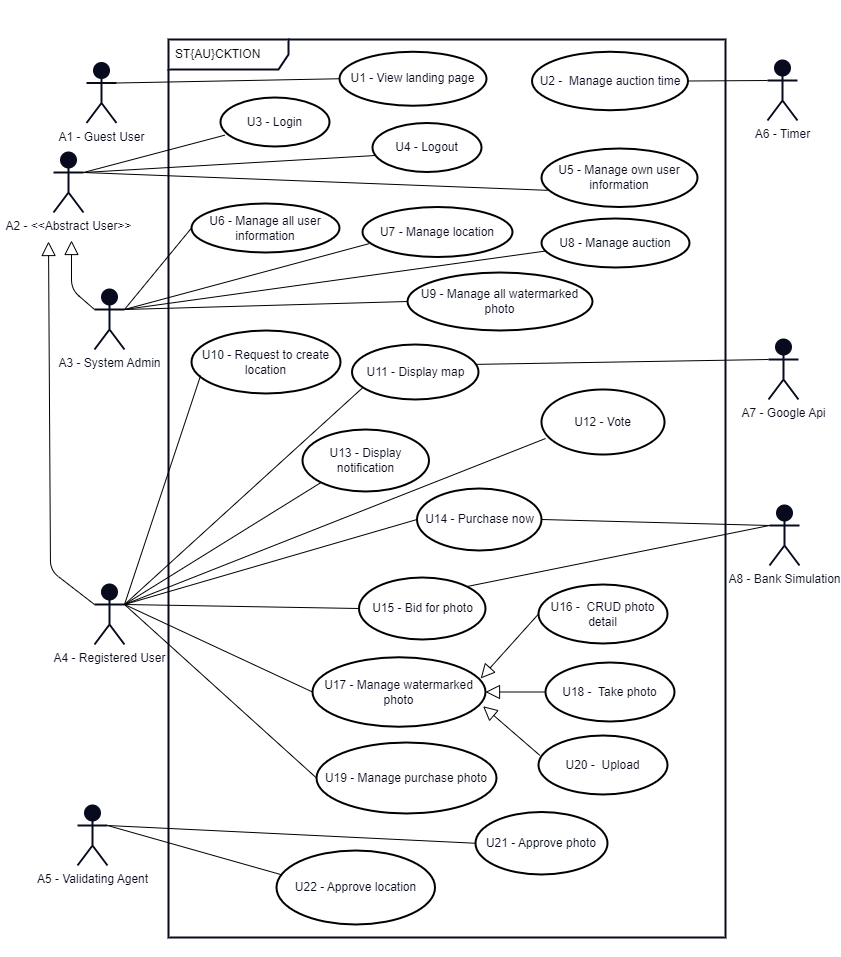
Earlier version of the draw.io export diagrams/use-case-diagram/staucktion/use-case-diagram.png (staucktion/docs). Source tidied: cells renumbered, new cells last; positions are measured from the earlier drawing's top-left corner, leaving out a move shared by most shapes.
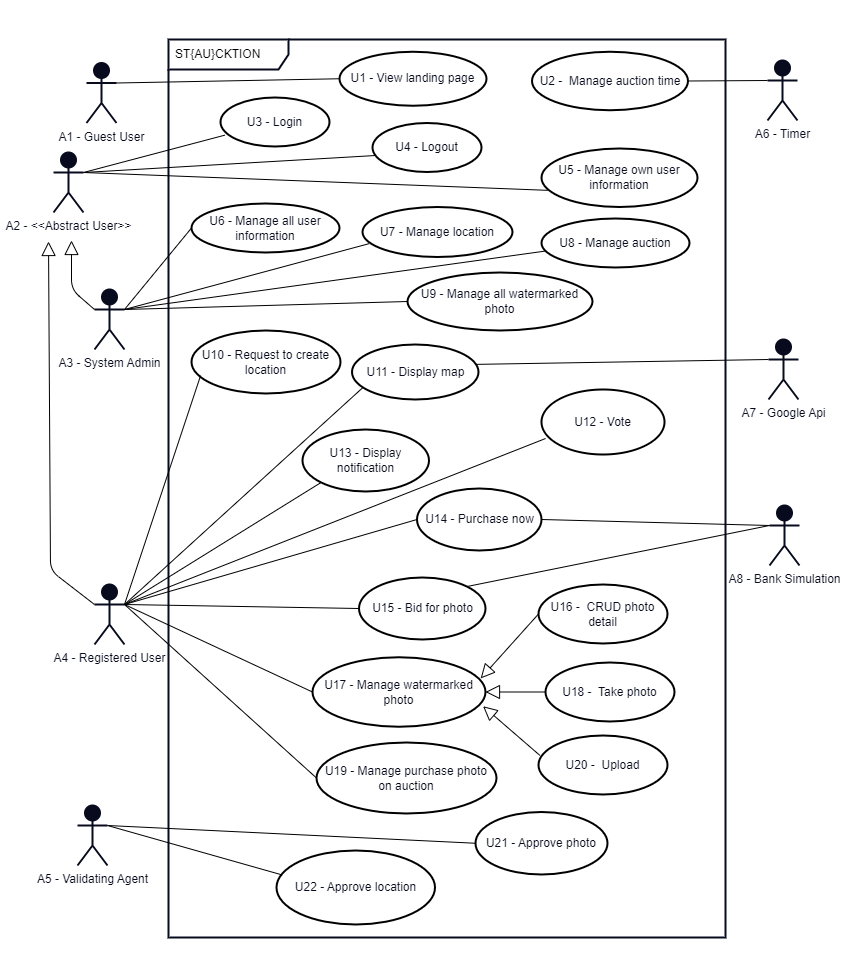
The same file after the commit.

Commit message:
update use case diagram

Change to the diagram source:
```diff
@@ -168,7 +168,7 @@
     <mxCell id="53" style="endArrow=none;html=1;strokeColor=#000000;exitX=0;exitY=0.5;exitDx=0;exitDy=0;entryX=1;entryY=0.3333333333333333;entryDx=0;entryDy=0;entryPerimeter=0;" parent="1" edge="1" source="54" target="34">
       <mxGeometry relative="1" as="geometry" />
     </mxCell>
-    <mxCell id="54" value="U19 - Manage purchase photo" style="ellipse;whiteSpace=wrap;html=1;strokeColor=#000000;strokeWidth=2;fontColor=#070B1D;fillColor=none;gradientColor=none;" parent="1" vertex="1">
+    <mxCell id="54" value="U19 - Manage purchase photo on auction" style="ellipse;whiteSpace=wrap;html=1;strokeColor=#000000;strokeWidth=2;fontColor=#070B1D;fillColor=none;gradientColor=none;" parent="1" vertex="1">
       <mxGeometry x="315" y="741" width="180" height="71" as="geometry" />
     </mxCell>
     <mxCell id="55" value="U18 -&amp;nbsp; Take photo" style="ellipse;whiteSpace=wrap;html=1;strokeColor=#000000;strokeWidth=2;fontColor=#070B1D;fillColor=none;gradientColor=none;" parent="1" vertex="1">
```
